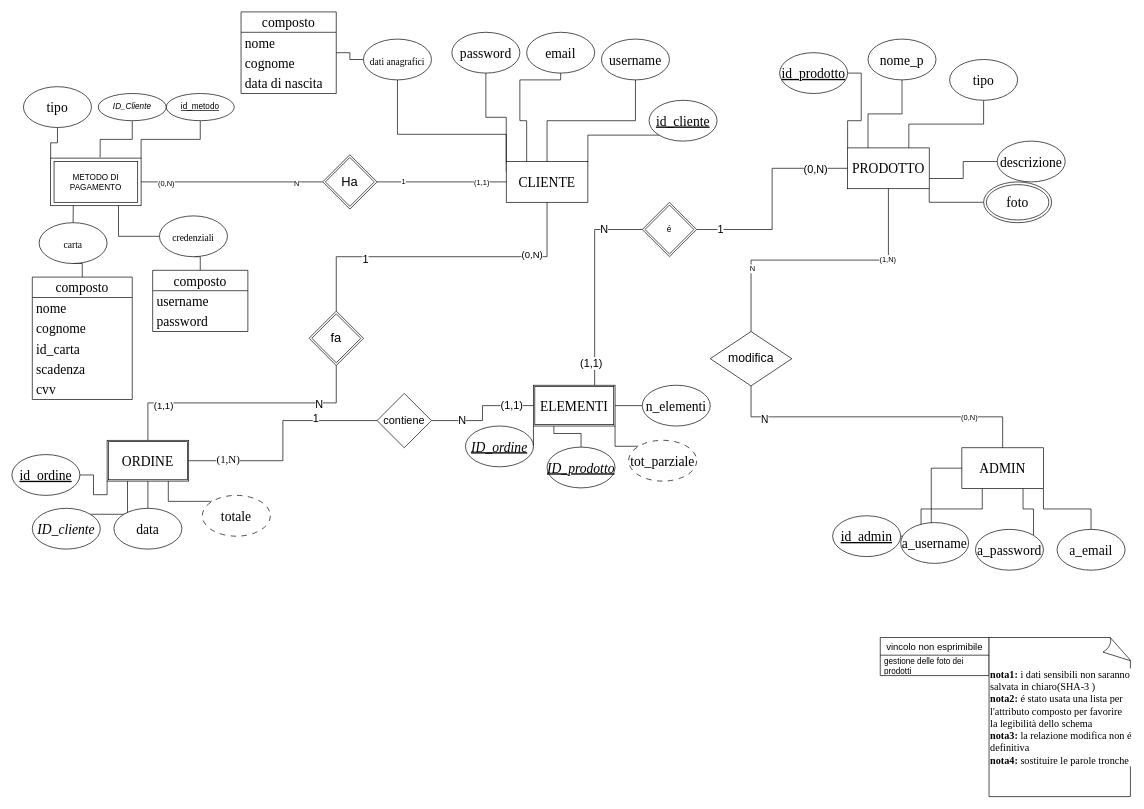
neuger24/KEYFOTOOL keeps this draw.io diagram as kft_DB/Diagramma kft_DB.drawio. Above is the earlier version. Source tidied: cells renumbered, new cells numbered last; positions are measured from the earlier drawing's top-left corner, leaving out a move shared by most shapes. Both pictures are drawn from the tidied source at 68%, with x=0, y=0 at pixel (12, 12).
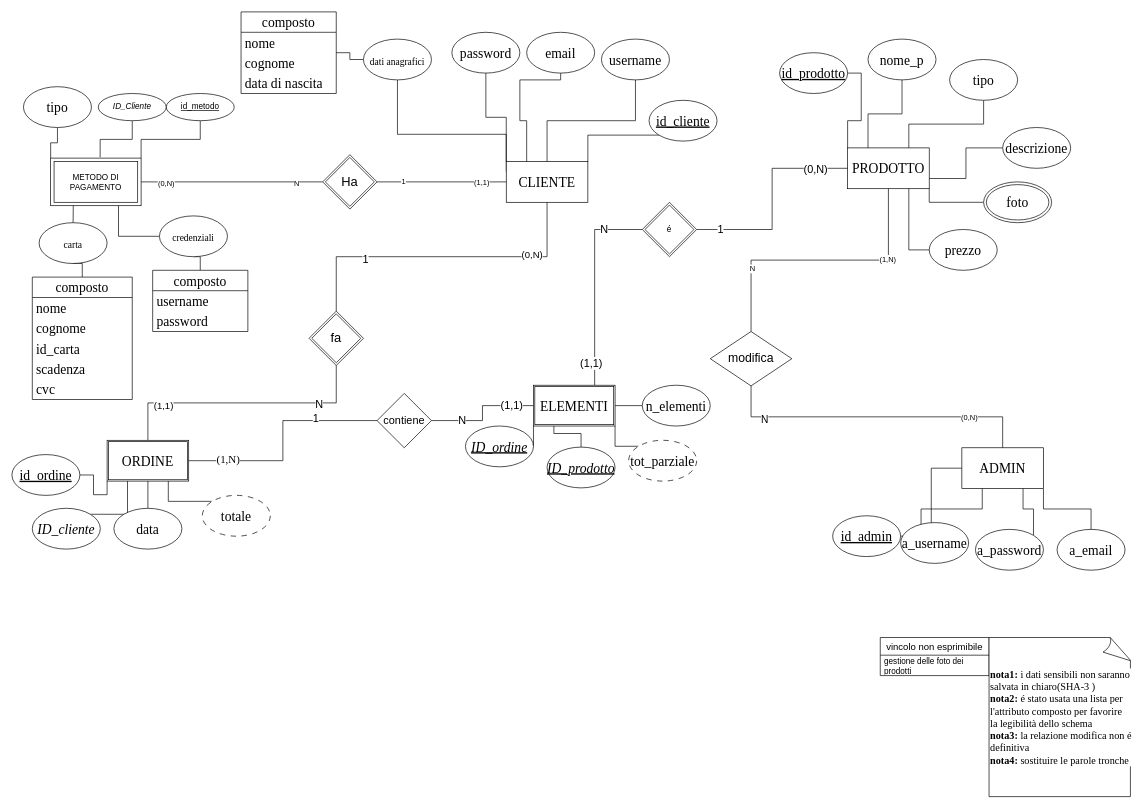
The same diagram, later.

Unchanged cells that the change refers to:
```xml
<mxCell id="29" value="PRODOTTO" style="rounded=0;whiteSpace=wrap;html=1;strokeColor=default;align=center;verticalAlign=middle;fontFamily=Times New Roman;fontSize=20;fontColor=default;labelBackgroundColor=default;fillColor=default;" parent="1" vertex="1">
  <mxGeometry x="1229" y="200" width="120" height="60" as="geometry" />
</mxCell>
<mxCell id="110" value="composto" style="swimlane;fontStyle=0;horizontal=1;startSize=30;whiteSpace=wrap;html=1;strokeColor=default;align=center;verticalAlign=middle;fontFamily=Times New Roman;fontSize=20;fontColor=default;labelBackgroundColor=default;fillColor=default;" parent="1" vertex="1">
  <mxGeometry x="30" y="390" width="147" height="180" as="geometry" />
</mxCell>
```

Change to the diagram source:
```diff
@@
     <mxCell id="32" value="descrizione" style="ellipse;whiteSpace=wrap;html=1;fontSize=20;fontFamily=Times New Roman;" parent="1" vertex="1">
-      <mxGeometry x="1449" y="190" width="100" height="60" as="geometry" />
+      <mxGeometry x="1457" y="170" width="100" height="60" as="geometry" />
     </mxCell>
@@
-    <mxCell id="115" value="cvv" style="text;strokeColor=none;fillColor=none;align=left;verticalAlign=middle;spacingLeft=4;spacingRight=4;overflow=hidden;whiteSpace=wrap;html=1;fontFamily=Times New Roman;fontSize=20;fontColor=default;labelBackgroundColor=default;" parent="110" vertex="1">
+    <mxCell id="115" value="cvc" style="text;strokeColor=none;fillColor=none;align=left;verticalAlign=middle;spacingLeft=4;spacingRight=4;overflow=hidden;whiteSpace=wrap;html=1;fontFamily=Times New Roman;fontSize=20;fontColor=default;labelBackgroundColor=default;" parent="110" vertex="1">
       <mxGeometry y="150" width="147" height="30" as="geometry" />
     </mxCell>
+    <mxCell id="116" style="edgeStyle=orthogonalEdgeStyle;rounded=0;jettySize=auto;html=1;exitX=0;exitY=0.5;exitDx=0;exitDy=0;entryX=0.75;entryY=1;entryDx=0;entryDy=0;endArrow=none;endFill=0;" parent="1" edge="1" source="117" target="29">
+      <mxGeometry relative="1" as="geometry" />
+    </mxCell>
+    <mxCell id="117" value="prezzo" style="ellipse;whiteSpace=wrap;html=1;fontSize=20;fontFamily=Times New Roman;" parent="1" vertex="1">
+      <mxGeometry x="1349" y="320" width="100" height="60" as="geometry" />
+    </mxCell>
```
